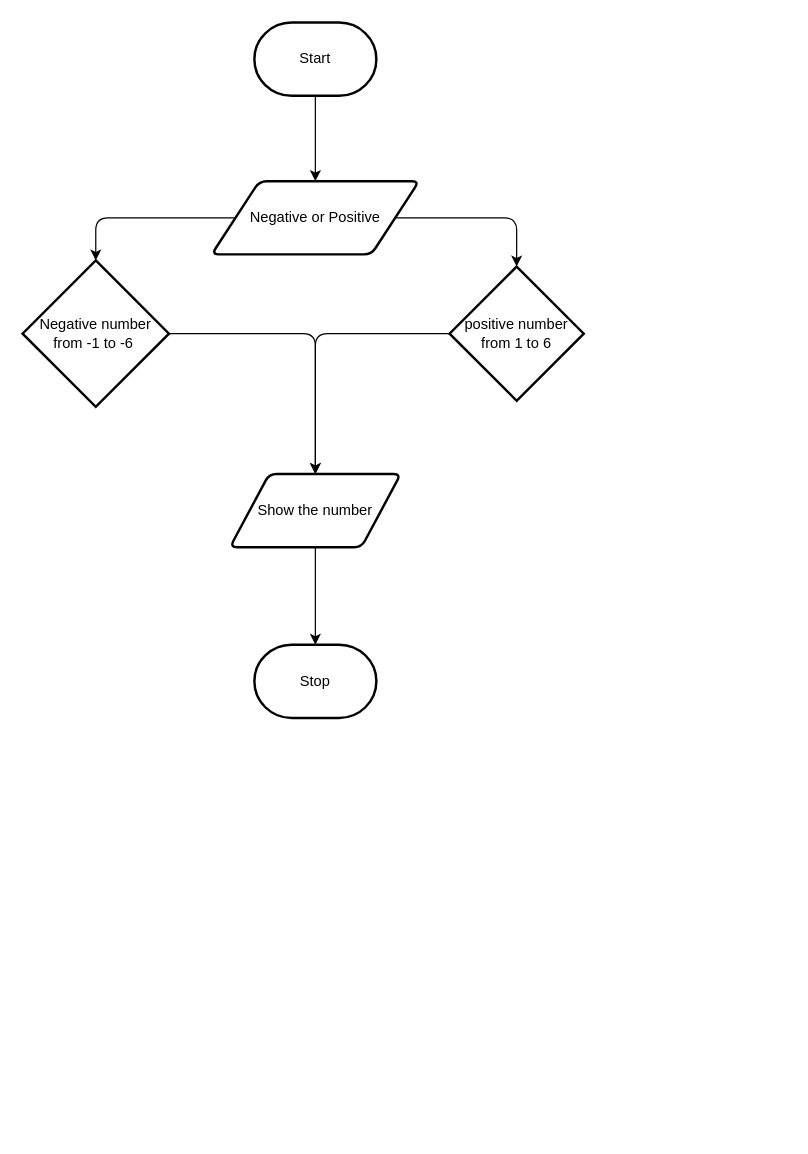
MTHS-ICD2O-1-2023/ICD2O-Unit-5-02-tymofii-stepanov keeps this draw.io diagram as design/flowchart.drawio. Above is the earlier version. Source tidied: cells renumbered, new cells numbered last; positions are measured from the earlier drawing's top-left corner, leaving out a move shared by most shapes. Both pictures are drawn from the tidied source at 122%, with x=0, y=0 at pixel (22, 22).
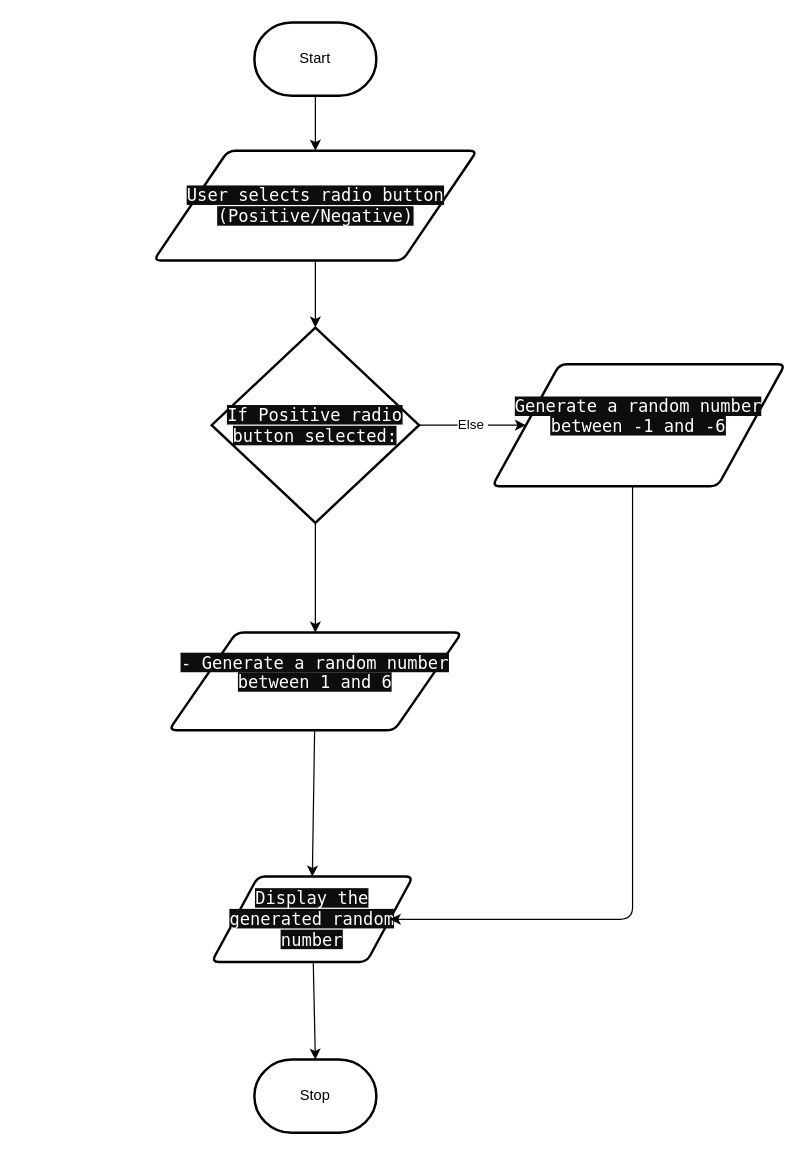
The same diagram, later.

Diff of the diagram source:
```diff
@@
 <mxGraphModel>
   <root>
     <mxCell id="0" />
     <mxCell id="1" parent="0" />
     <mxCell id="2" style="edgeStyle=none;html=1;" parent="1" edge="1" source="3" target="7">
       <mxGeometry relative="1" as="geometry" />
     </mxCell>
     <mxCell id="3" value="Start" style="strokeWidth=2;html=1;shape=mxgraph.flowchart.terminator;whiteSpace=wrap;" parent="1" vertex="1">
       <mxGeometry x="190" width="100" height="60" as="geometry" />
     </mxCell>
     <mxCell id="4" value="Stop" style="strokeWidth=2;html=1;shape=mxgraph.flowchart.terminator;whiteSpace=wrap;" parent="1" vertex="1">
-      <mxGeometry x="190" y="510" width="100" height="60" as="geometry" />
+      <mxGeometry x="190" y="850" width="100" height="60" as="geometry" />
     </mxCell>
-    <mxCell id="5" style="edgeStyle=orthogonalEdgeStyle;html=1;entryX=0.5;entryY=0;entryDx=0;entryDy=0;entryPerimeter=0;" parent="1" edge="1" source="7" target="11">
-      <mxGeometry relative="1" as="geometry" />
-    </mxCell>
-    <mxCell id="6" style="edgeStyle=orthogonalEdgeStyle;html=1;entryX=0.5;entryY=0;entryDx=0;entryDy=0;entryPerimeter=0;" parent="1" edge="1" source="7" target="9">
-      <mxGeometry relative="1" as="geometry" />
-    </mxCell>
+    <mxCell id="14" style="edgeStyle=none;html=1;entryX=0.5;entryY=0;entryDx=0;entryDy=0;entryPerimeter=0;" parent="1" edge="1" source="7" target="17">
+      <mxGeometry relative="1" as="geometry" />
+    </mxCell>
-    <mxCell id="7" value="Negative or Positive" style="shape=parallelogram;html=1;strokeWidth=2;perimeter=parallelogramPerimeter;whiteSpace=wrap;rounded=1;arcSize=12;size=0.23;" parent="1" vertex="1">
-      <mxGeometry x="155" y="130" width="170" height="60" as="geometry" />
+    <mxCell id="7" value="&lt;span style=&quot;color: rgb(255, 255, 255); font-family: &amp;quot;Söhne Mono&amp;quot;, Monaco, &amp;quot;Andale Mono&amp;quot;, &amp;quot;Ubuntu Mono&amp;quot;, monospace; font-size: 14px; text-align: left; background-color: rgb(13, 13, 13);&quot;&gt;User selects radio button (Positive/Negative)&lt;/span&gt;" style="shape=parallelogram;html=1;strokeWidth=2;perimeter=parallelogramPerimeter;whiteSpace=wrap;rounded=1;arcSize=12;size=0.23;" parent="1" vertex="1">
+      <mxGeometry x="107.5" y="105" width="265" height="90" as="geometry" />
     </mxCell>
-    <mxCell id="8" style="edgeStyle=orthogonalEdgeStyle;html=1;entryX=0.5;entryY=0;entryDx=0;entryDy=0;" parent="1" edge="1" source="9" target="13">
-      <mxGeometry relative="1" as="geometry" />
-    </mxCell>
-    <mxCell id="9" value="positive number&lt;br&gt;from 1 to 6" style="strokeWidth=2;html=1;shape=mxgraph.flowchart.decision;whiteSpace=wrap;" parent="1" vertex="1">
-      <mxGeometry x="350" y="200" width="110" height="110" as="geometry" />
-    </mxCell>
-    <mxCell id="10" style="edgeStyle=orthogonalEdgeStyle;html=1;entryX=0.5;entryY=0;entryDx=0;entryDy=0;" parent="1" edge="1" source="11" target="13">
-      <mxGeometry relative="1" as="geometry" />
-    </mxCell>
-    <mxCell id="11" value="Negative number&lt;br&gt;from -1 to -6&amp;nbsp;" style="strokeWidth=2;html=1;shape=mxgraph.flowchart.decision;whiteSpace=wrap;" parent="1" vertex="1">
-      <mxGeometry y="195" width="120" height="120" as="geometry" />
-    </mxCell>
-    <mxCell id="12" style="edgeStyle=orthogonalEdgeStyle;html=1;entryX=0.5;entryY=0;entryDx=0;entryDy=0;entryPerimeter=0;" parent="1" edge="1" source="13" target="4">
+    <mxCell id="12" style="html=1;entryX=0.5;entryY=0;entryDx=0;entryDy=0;entryPerimeter=0;" parent="1" edge="1" source="13" target="4">
       <mxGeometry relative="1" as="geometry" />
     </mxCell>
-    <mxCell id="13" value="Show the number" style="shape=parallelogram;html=1;strokeWidth=2;perimeter=parallelogramPerimeter;whiteSpace=wrap;rounded=1;arcSize=12;size=0.23;" parent="1" vertex="1">
-      <mxGeometry x="170" y="370" width="140" height="60" as="geometry" />
+    <mxCell id="13" value="&lt;span style=&quot;color: rgb(255, 255, 255); font-family: &amp;quot;Söhne Mono&amp;quot;, Monaco, &amp;quot;Andale Mono&amp;quot;, &amp;quot;Ubuntu Mono&amp;quot;, monospace; font-size: 14px; text-align: left; background-color: rgb(13, 13, 13);&quot;&gt;Display the generated random number   &lt;/span&gt;" style="shape=parallelogram;html=1;strokeWidth=2;perimeter=parallelogramPerimeter;whiteSpace=wrap;rounded=1;arcSize=12;size=0.23;" parent="1" vertex="1">
+      <mxGeometry x="155" y="700" width="165" height="70" as="geometry" />
     </mxCell>
+    <mxCell id="15" style="edgeStyle=none;html=1;entryX=0.5;entryY=0;entryDx=0;entryDy=0;" parent="1" edge="1" source="17" target="19">
+      <mxGeometry relative="1" as="geometry" />
+    </mxCell>
+    <mxCell id="16" value="Else&amp;nbsp;" style="edgeStyle=none;html=1;entryX=0;entryY=0.5;entryDx=0;entryDy=0;" parent="1" edge="1" source="17" target="21">
+      <mxGeometry relative="1" as="geometry" />
+    </mxCell>
+    <mxCell id="17" value="&lt;span style=&quot;color: rgb(255, 255, 255); font-family: &amp;quot;Söhne Mono&amp;quot;, Monaco, &amp;quot;Andale Mono&amp;quot;, &amp;quot;Ubuntu Mono&amp;quot;, monospace; font-size: 14px; text-align: left; background-color: rgb(13, 13, 13);&quot;&gt;If Positive radio button selected:     &lt;/span&gt;" style="strokeWidth=2;html=1;shape=mxgraph.flowchart.decision;whiteSpace=wrap;" parent="1" vertex="1">
+      <mxGeometry x="155" y="250" width="170" height="160" as="geometry" />
+    </mxCell>
+    <mxCell id="18" style="edgeStyle=none;html=1;entryX=0.5;entryY=0;entryDx=0;entryDy=0;" parent="1" edge="1" source="19" target="13">
+      <mxGeometry relative="1" as="geometry" />
+    </mxCell>
+    <mxCell id="19" value="&#10;&lt;span style=&quot;color: rgb(255, 255, 255); font-family: &amp;quot;Söhne Mono&amp;quot;, Monaco, &amp;quot;Andale Mono&amp;quot;, &amp;quot;Ubuntu Mono&amp;quot;, monospace; font-size: 14px; font-style: normal; font-variant-ligatures: normal; font-variant-caps: normal; font-weight: 400; letter-spacing: normal; orphans: 2; text-align: left; text-indent: 0px; text-transform: none; widows: 2; word-spacing: 0px; -webkit-text-stroke-width: 0px; background-color: rgb(13, 13, 13); text-decoration-thickness: initial; text-decoration-style: initial; text-decoration-color: initial; float: none; display: inline !important;&quot;&gt;- Generate a random number between 1 and 6&lt;/span&gt;&#10;&#10;" style="shape=parallelogram;html=1;strokeWidth=2;perimeter=parallelogramPerimeter;whiteSpace=wrap;rounded=1;arcSize=12;size=0.23;" parent="1" vertex="1">
+      <mxGeometry x="120" y="500" width="240" height="80" as="geometry" />
+    </mxCell>
+    <mxCell id="20" style="edgeStyle=orthogonalEdgeStyle;html=1;entryX=1;entryY=0.5;entryDx=0;entryDy=0;" parent="1" edge="1" source="21" target="13">
+      <mxGeometry relative="1" as="geometry">
+        <Array as="points">
+          <mxPoint x="500" y="735" />
+        </Array>
+      </mxGeometry>
+    </mxCell>
+    <mxCell id="21" value="&#10;&lt;span style=&quot;color: rgb(255, 255, 255); font-family: &amp;quot;Söhne Mono&amp;quot;, Monaco, &amp;quot;Andale Mono&amp;quot;, &amp;quot;Ubuntu Mono&amp;quot;, monospace; font-size: 14px; font-style: normal; font-variant-ligatures: normal; font-variant-caps: normal; font-weight: 400; letter-spacing: normal; orphans: 2; text-align: left; text-indent: 0px; text-transform: none; widows: 2; word-spacing: 0px; -webkit-text-stroke-width: 0px; background-color: rgb(13, 13, 13); text-decoration-thickness: initial; text-decoration-style: initial; text-decoration-color: initial; float: none; display: inline !important;&quot;&gt; Generate a random number between -1 and -6&lt;/span&gt;&#10;&#10;" style="shape=parallelogram;html=1;strokeWidth=2;perimeter=parallelogramPerimeter;whiteSpace=wrap;rounded=1;arcSize=12;size=0.23;" parent="1" vertex="1">
+      <mxGeometry x="385" y="280" width="240" height="100" as="geometry" />
+    </mxCell>
   </root>
 </mxGraphModel>
```
